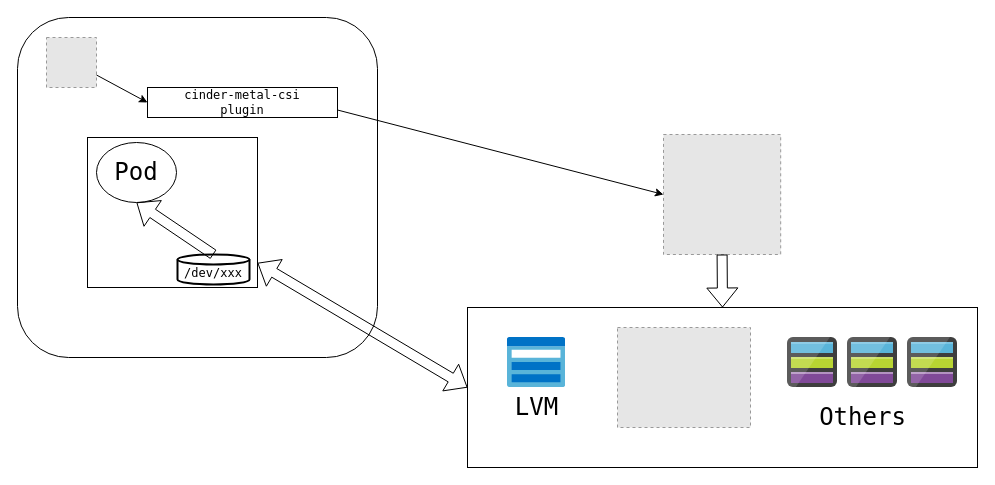
Above: cinder-metal-csi.drawio in jeffyjf/drawio (draw.io), before the change. Source tidied: cells renumbered, new cells numbered last; positions are measured from the earlier drawing's top-left corner, leaving out a move shared by most shapes. Both pictures are drawn from the tidied source at 100%, with x=0, y=0 at pixel (17, 17). Pictures stored in the file or linked from it are replaced by grey dashed boxes.
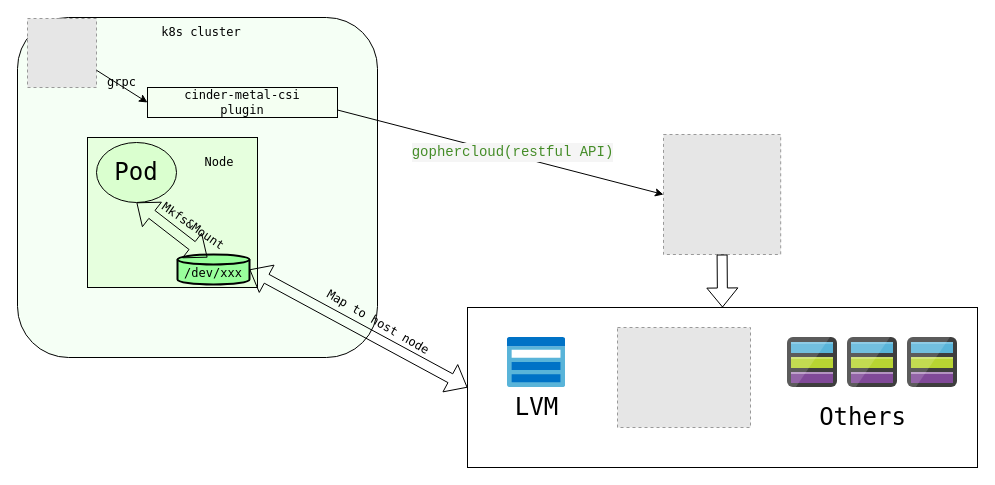
The same diagram, later.

Diff of the diagram source:
```diff
@@
-    <mxCell id="2" style="rounded=0;whiteSpace=wrap;html=1;fontFamily=Lucida Console;fontSize=12;" parent="1" vertex="1">
+    <mxCell id="2" style="rounded=0;whiteSpace=wrap;html=1;fontFamily=Lucida Console;fontSize=12;labelBackgroundColor=#D6FFEF;fontColor=none;noLabel=1;" parent="1" vertex="1">
       <mxGeometry x="450" y="290" width="510" height="160" as="geometry" />
     </mxCell>
-    <mxCell id="3" style="rounded=1;whiteSpace=wrap;html=1;" parent="1" vertex="1">
+    <mxCell id="3" style="rounded=1;whiteSpace=wrap;html=1;labelBackgroundColor=#050717;fillColor=#F5FFF5;" parent="1" vertex="1">
       <mxGeometry width="360" height="340" as="geometry" />
     </mxCell>
@@
     <mxCell id="5" style="fillColor=#E6E6E6;strokeColor=#999999;dashed=1;verticalLabelPosition=bottom;labelBackgroundColor=default;verticalAlign=top;" parent="1" vertex="1">
-      <mxGeometry x="29" y="20" width="50" height="50" as="geometry" />
+      <mxGeometry x="10" y="1" width="69" height="69" as="geometry" />
     </mxCell>
@@
-    <mxCell id="13" style="rounded=0;whiteSpace=wrap;html=1;fontFamily=Lucida Console;fontSize=24;" parent="1" vertex="1">
+    <mxCell id="13" style="rounded=0;whiteSpace=wrap;html=1;fontFamily=Lucida Console;fontSize=24;fillColor=#E6FFDE;" parent="1" vertex="1">
       <mxGeometry x="70" y="120" width="170" height="150" as="geometry" />
     </mxCell>
-    <mxCell id="14" value="Pod" style="ellipse;whiteSpace=wrap;html=1;fontFamily=Lucida Console;fontSize=24;" parent="1" vertex="1">
+    <mxCell id="14" value="Pod" style="ellipse;whiteSpace=wrap;html=1;fontFamily=Lucida Console;fontSize=24;fillColor=#DAFFCF;" parent="1" vertex="1">
       <mxGeometry x="79" y="125" width="80" height="60" as="geometry" />
     </mxCell>
-    <mxCell id="15" value="&lt;font style=&quot;font-size: 12px;&quot;&gt;/dev/xxx&lt;/font&gt;" style="strokeWidth=2;html=1;shape=mxgraph.flowchart.database;whiteSpace=wrap;fontFamily=Lucida Console;fontSize=24;" parent="1" vertex="1">
+    <mxCell id="15" value="&lt;font style=&quot;font-size: 12px;&quot;&gt;/dev/xxx&lt;/font&gt;" style="strokeWidth=2;html=1;shape=mxgraph.flowchart.database;whiteSpace=wrap;fontFamily=Lucida Console;fontSize=24;fillColor=#99FF9C;" parent="1" vertex="1">
       <mxGeometry x="160" y="237" width="72" height="30" as="geometry" />
     </mxCell>
-    <mxCell id="16" style="shape=flexArrow;endArrow=classic;startArrow=classic;html=1;rounded=0;fontFamily=Lucida Console;fontSize=12;exitX=0;exitY=0.5;exitDx=0;exitDy=0;" parent="1" edge="1" source="2" target="13">
+    <mxCell id="16" style="shape=flexArrow;endArrow=classic;startArrow=classic;html=1;rounded=0;fontFamily=Lucida Console;fontSize=12;exitX=0;exitY=0.5;exitDx=0;exitDy=0;entryX=1;entryY=0.5;entryDx=0;entryDy=0;entryPerimeter=0;" parent="1" edge="1" source="2" target="15">
       <mxGeometry relative="1" as="geometry" />
     </mxCell>
-    <mxCell id="17" style="shape=flexArrow;endArrow=classic;html=1;rounded=0;fontFamily=Lucida Console;fontSize=12;entryX=0.5;entryY=1;entryDx=0;entryDy=0;exitX=0.5;exitY=0;exitDx=0;exitDy=0;exitPerimeter=0;" parent="1" edge="1" source="15" target="14">
-      <mxGeometry relative="1" as="geometry" />
-    </mxCell>
-    <mxCell id="18" value="cinder-metal-csi&lt;br&gt;plugin" style="rounded=0;whiteSpace=wrap;html=1;fontFamily=Lucida Console;fontSize=12;" parent="1" vertex="1">
+    <mxCell id="18" value="cinder-metal-csi&lt;br&gt;plugin" style="rounded=0;whiteSpace=wrap;html=1;fontFamily=Lucida Console;fontSize=12;fillColor=#F4FFF2;" parent="1" vertex="1">
       <mxGeometry x="130" y="70" width="190" height="30" as="geometry" />
     </mxCell>
@@
+    <mxCell id="22" value="grpc" style="text;html=1;align=center;verticalAlign=middle;fillColor=none;strokeColor=none;rounded=0;fontFamily=Lucida Console;fontSize=12;" parent="1" vertex="1">
+      <mxGeometry x="79" y="50" width="50" height="30" as="geometry" />
+    </mxCell>
+    <mxCell id="23" value="Node" style="text;html=1;strokeColor=none;fillColor=none;align=center;verticalAlign=middle;whiteSpace=wrap;rounded=0;fontFamily=Lucida Console;fontSize=12;" parent="1" vertex="1">
+      <mxGeometry x="172" y="130" width="60" height="30" as="geometry" />
+    </mxCell>
+    <mxCell id="24" value="&lt;div style=&quot;color: rgb(51, 51, 51); background-color: rgb(245, 245, 245); font-family: Consolas, &amp;quot;Courier New&amp;quot;, monospace; font-size: 14px; line-height: 19px;&quot;&gt;&lt;span style=&quot;color: #448c27;&quot;&gt;gophercloud(restful API)&lt;/span&gt;&lt;/div&gt;" style="text;html=1;align=center;verticalAlign=middle;strokeColor=none;fillColor=none;fontSize=12;fontFamily=Lucida Console;" parent="1" vertex="1">
+      <mxGeometry x="390" y="120" width="210" height="30" as="geometry" />
+    </mxCell>
+    <mxCell id="25" value="Mkfs&amp;amp;Mount" style="text;html=1;strokeColor=none;fillColor=none;align=center;verticalAlign=middle;whiteSpace=wrap;rounded=0;labelBackgroundColor=none;fontFamily=Lucida Console;fontSize=12;fontColor=none;rotation=35;" parent="1" vertex="1">
+      <mxGeometry x="136" y="194" width="80" height="30" as="geometry" />
+    </mxCell>
+    <mxCell id="26" value="Map to host node" style="text;html=1;strokeColor=none;fillColor=none;align=center;verticalAlign=middle;whiteSpace=wrap;rounded=0;labelBackgroundColor=none;fontFamily=Lucida Console;fontSize=12;fontColor=none;rotation=30;" parent="1" vertex="1">
+      <mxGeometry x="296" y="290" width="130" height="30" as="geometry" />
+    </mxCell>
+    <mxCell id="27" value="k8s cluster" style="text;html=1;strokeColor=none;fillColor=none;align=center;verticalAlign=middle;whiteSpace=wrap;rounded=0;labelBackgroundColor=none;fontFamily=Lucida Console;fontSize=12;fontColor=none;" parent="1" vertex="1">
+      <mxGeometry x="129" width="110" height="30" as="geometry" />
+    </mxCell>
+    <mxCell id="28" style="shape=flexArrow;endArrow=classic;startArrow=classic;html=1;rounded=0;fontFamily=Lucida Console;fontSize=12;fontColor=none;entryX=0.5;entryY=1;entryDx=0;entryDy=0;" parent="1" edge="1" target="14">
+      <mxGeometry relative="1" as="geometry">
+        <mxPoint x="190" y="240" as="sourcePoint" />
+      </mxGeometry>
+    </mxCell>
```
